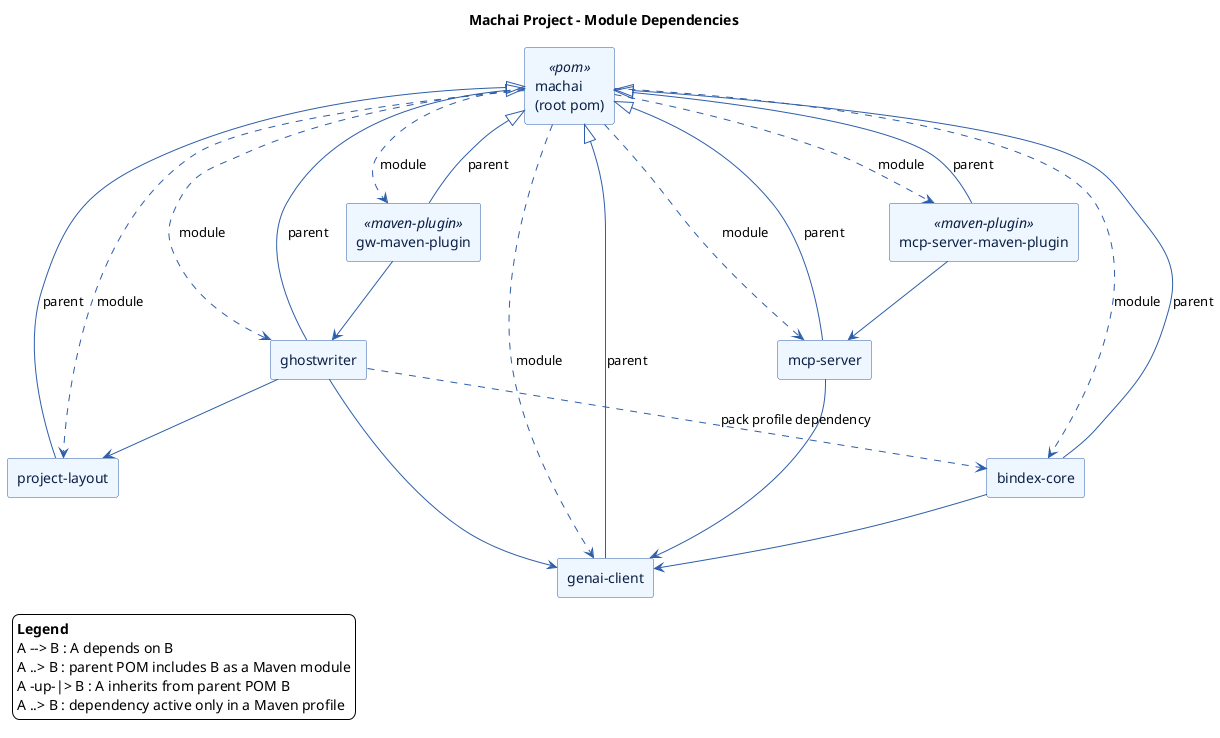
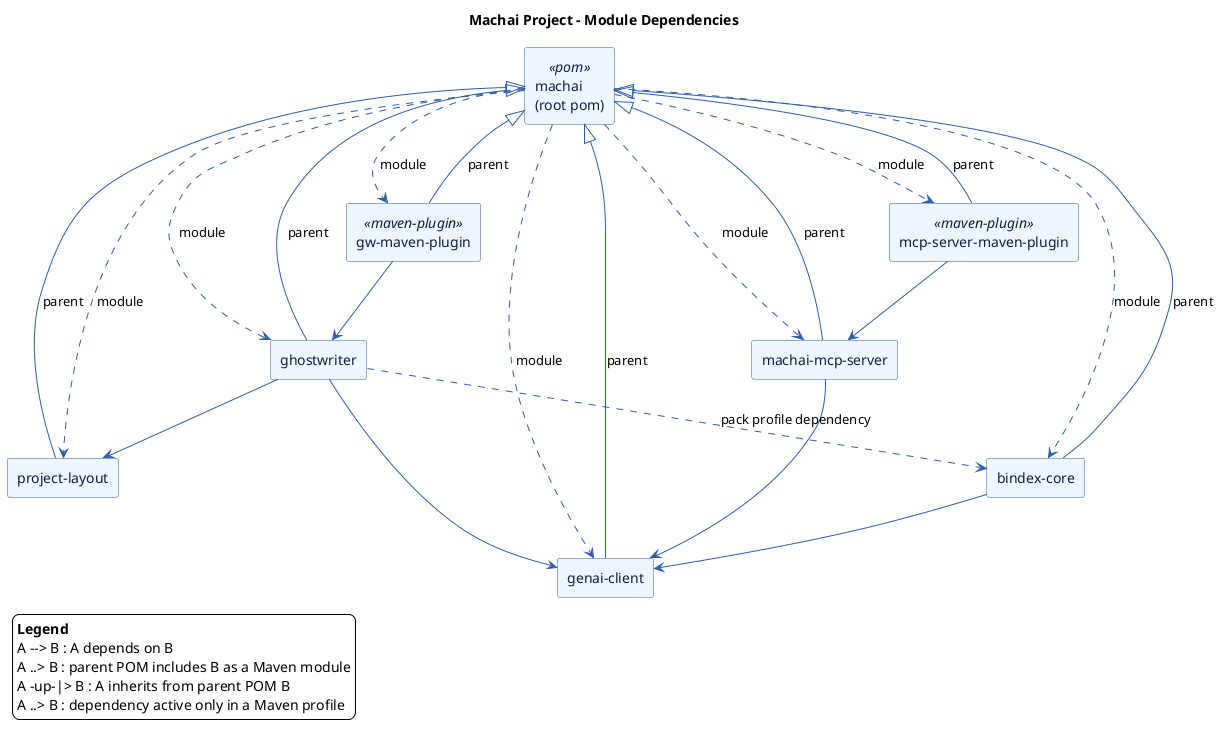
@startuml

title Machai Project - Module Dependencies

skinparam backgroundColor transparent
skinparam shadowing false
skinparam componentStyle rectangle
skinparam packageStyle rectangle
skinparam defaultTextAlignment left

skinparam component {
  BackgroundColor #EEF6FF
  BorderColor #2E5EAA
  FontColor #0B1F44
}

skinparam arrow {
  Color #2E5EAA
  Thickness 1
}

legend left
  <b>Legend</b>
  A --> B : A depends on B
  A ..> B : parent POM includes B as a Maven module
  A -up-|> B : A inherits from parent POM B
  A ..> B : dependency active only in a Maven profile
endlegend

component "machai\n(root pom)" as machai_root <<pom>>
component "project-layout" as project_layout
component "genai-client" as genai_client
- component "mcp-server" as mcp_server
+ component "machai-mcp-server" as mcp_server
component "mcp-server-maven-plugin" as mcp_server_maven_plugin <<maven-plugin>>
component "bindex-core" as bindex_core
component "ghostwriter" as ghostwriter
component "gw-maven-plugin" as gw_maven_plugin <<maven-plugin>>

machai_root ..> project_layout : module
machai_root ..> genai_client : module
machai_root ..> mcp_server : module
machai_root ..> mcp_server_maven_plugin : module
machai_root ..> bindex_core : module
machai_root ..> ghostwriter : module
machai_root ..> gw_maven_plugin : module

project_layout -up-|> machai_root : parent

genai_client -up-|> machai_root : parent

mcp_server -up-|> machai_root : parent
mcp_server --> genai_client

mcp_server_maven_plugin -up-|> machai_root : parent
mcp_server_maven_plugin --> mcp_server

bindex_core -up-|> machai_root : parent
bindex_core --> genai_client

ghostwriter -up-|> machai_root : parent
ghostwriter --> project_layout
ghostwriter --> genai_client
ghostwriter ..> bindex_core : pack profile dependency

gw_maven_plugin -up-|> machai_root : parent
gw_maven_plugin --> ghostwriter

@enduml
